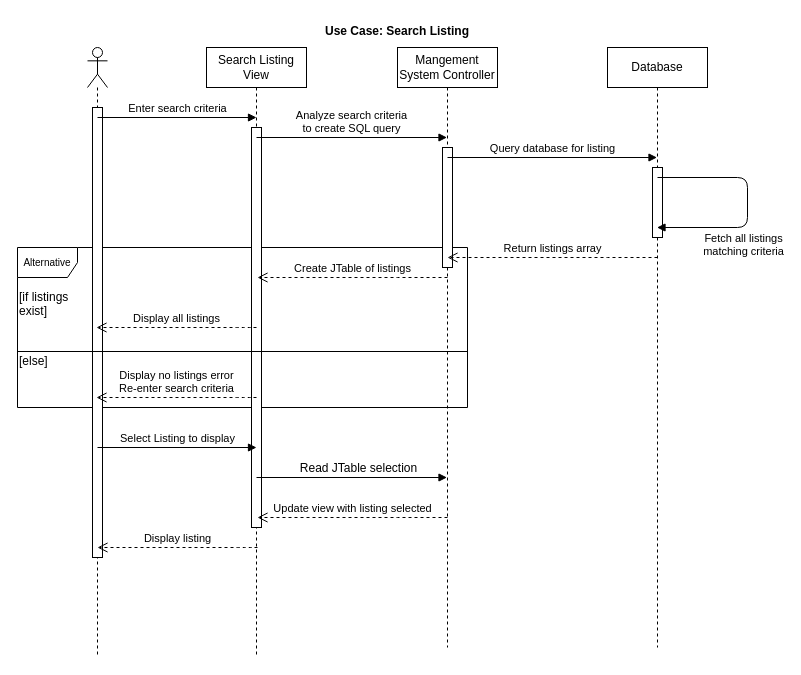
The draw.io diagram page "Search Listing" (2 of 10) of SequenceDiagrams.drawio in ryan-holt/ENSF480FinalProject, before the edit. Source tidied: cells renumbered, new cells numbered last; positions are measured from the earlier drawing's top-left corner, leaving out a move shared by most shapes. Both pictures are drawn from the tidied source at 100%, with x=0, y=0 at pixel (17, 17).
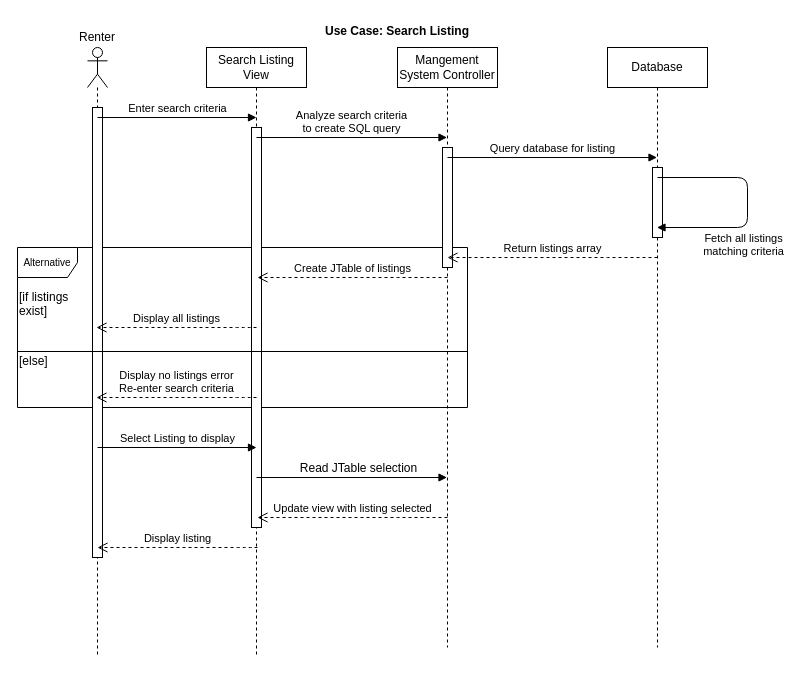
The same page after the edit.

What changed in the source:
```diff
@@
+    <mxCell id="28" value="Renter" style="text;html=1;strokeColor=none;fillColor=none;align=center;verticalAlign=middle;whiteSpace=wrap;rounded=0;" parent="1" vertex="1">
+      <mxGeometry x="60" y="10" width="40" height="20" as="geometry" />
+    </mxCell>
```
